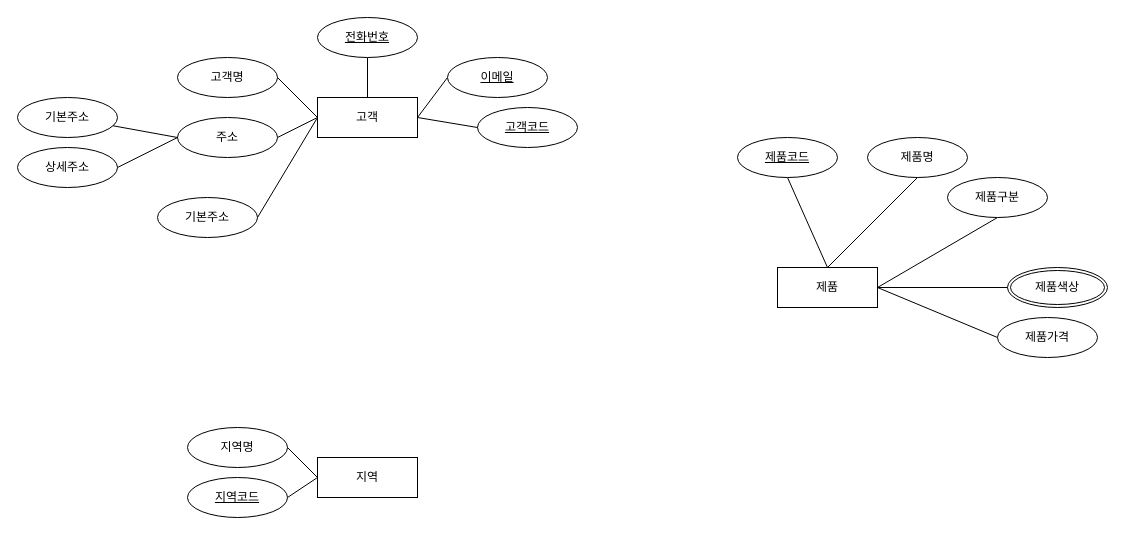
Above: 제목 없는 다이어그램.drawio in eric5621/jubilant-couscous (draw.io), before the change. Source tidied: cells renumbered, new cells numbered last; positions are measured from the earlier drawing's top-left corner, leaving out a move shared by most shapes. Both pictures are drawn from the tidied source at 100%, with x=0, y=0 at pixel (17, 17).
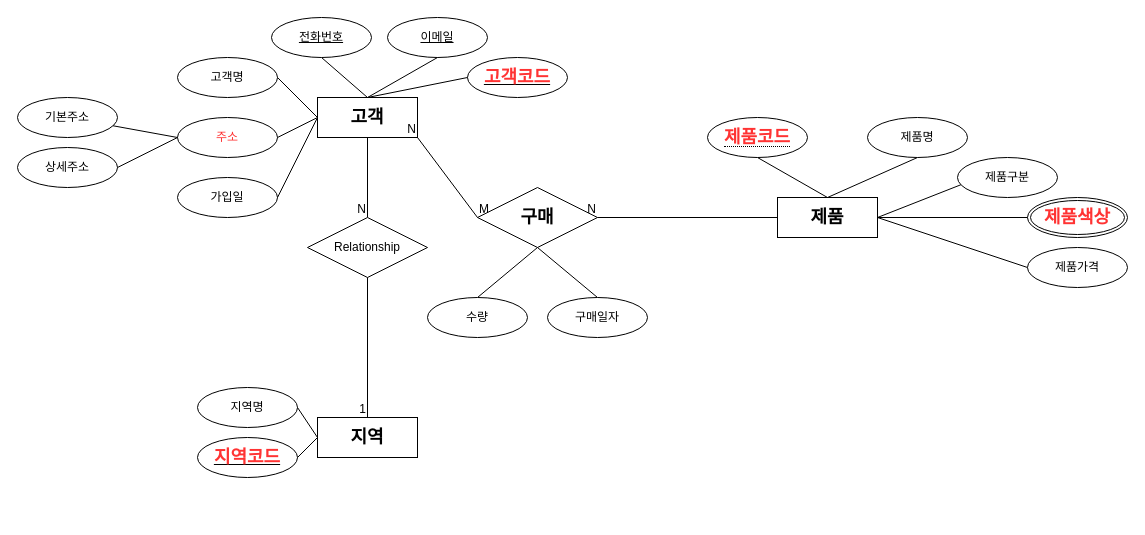
Above is the later version.

Commit message (it also covers changes not shown here):
제목 없는 다이어그램.drawio 업데이트

What changed in the source:
```diff
@@
-    <mxCell id="2" value="고객" style="whiteSpace=wrap;html=1;align=center;" parent="1" vertex="1">
+    <mxCell id="2" value="&lt;font style=&quot;font-size: 18px;&quot;&gt;&lt;b&gt;고객&lt;/b&gt;&lt;/font&gt;" style="whiteSpace=wrap;html=1;align=center;" parent="1" vertex="1">
       <mxGeometry x="300" y="80" width="100" height="40" as="geometry" />
     </mxCell>
@@
-    <mxCell id="5" style="endArrow=none;html=1;rounded=0;entryX=0.5;entryY=1;entryDx=0;entryDy=0;" parent="1" edge="1" source="2">
-      <mxGeometry relative="1" as="geometry">
-        <mxPoint x="350" y="40" as="targetPoint" />
-      </mxGeometry>
+    <mxCell id="5" style="endArrow=none;html=1;rounded=0;entryX=0.5;entryY=1;entryDx=0;entryDy=0;exitX=0.5;exitY=0;exitDx=0;exitDy=0;" parent="1" edge="1" source="2" target="6">
+      <mxGeometry relative="1" as="geometry" />
     </mxCell>
     <mxCell id="6" value="전화번호" style="ellipse;whiteSpace=wrap;html=1;align=center;fontStyle=4;" parent="1" vertex="1">
-      <mxGeometry x="300" width="100" height="40" as="geometry" />
+      <mxGeometry x="254" width="100" height="40" as="geometry" />
     </mxCell>
-    <mxCell id="7" style="endArrow=none;html=1;rounded=0;exitX=1;exitY=0.5;exitDx=0;exitDy=0;entryX=0;entryY=0.5;entryDx=0;entryDy=0;" parent="1" edge="1" source="2">
-      <mxGeometry relative="1" as="geometry">
-        <mxPoint x="430" y="60" as="targetPoint" />
-      </mxGeometry>
-    </mxCell>
     <mxCell id="8" value="이메일" style="ellipse;whiteSpace=wrap;html=1;align=center;fontStyle=4;" parent="1" vertex="1">
-      <mxGeometry x="430" y="40" width="100" height="40" as="geometry" />
+      <mxGeometry x="370" width="100" height="40" as="geometry" />
     </mxCell>
-    <mxCell id="9" value="고객코드" style="ellipse;whiteSpace=wrap;html=1;align=center;fontStyle=4;" parent="1" vertex="1">
-      <mxGeometry x="460" y="90" width="100" height="40" as="geometry" />
+    <mxCell id="9" value="&lt;font color=&quot;#ff3333&quot; style=&quot;font-size: 18px;&quot;&gt;&lt;b&gt;고객코드&lt;/b&gt;&lt;/font&gt;" style="ellipse;whiteSpace=wrap;html=1;align=center;fontStyle=4;" parent="1" vertex="1">
+      <mxGeometry x="450" y="40" width="100" height="40" as="geometry" />
     </mxCell>
-    <mxCell id="10" style="endArrow=none;html=1;rounded=0;exitX=1;exitY=0.5;exitDx=0;exitDy=0;entryX=0;entryY=0.5;entryDx=0;entryDy=0;" parent="1" edge="1" source="2" target="9">
-      <mxGeometry relative="1" as="geometry" />
-    </mxCell>
-    <mxCell id="11" value="주소" style="ellipse;whiteSpace=wrap;html=1;align=center;" parent="1" vertex="1">
+    <mxCell id="11" value="&lt;font color=&quot;#ff3333&quot;&gt;주소&lt;/font&gt;" style="ellipse;whiteSpace=wrap;html=1;align=center;" parent="1" vertex="1">
       <mxGeometry x="160" y="100" width="100" height="40" as="geometry" />
     </mxCell>
@@
-    <mxCell id="17" value="기본주소" style="ellipse;whiteSpace=wrap;html=1;align=center;" parent="1" vertex="1">
-      <mxGeometry x="140" y="180" width="100" height="40" as="geometry" />
+    <mxCell id="17" value="가입일" style="ellipse;whiteSpace=wrap;html=1;align=center;" parent="1" vertex="1">
+      <mxGeometry x="160" y="160" width="100" height="40" as="geometry" />
     </mxCell>
@@
-    <mxCell id="19" value="지역" style="whiteSpace=wrap;html=1;align=center;" parent="1" vertex="1">
-      <mxGeometry x="300" y="440" width="100" height="40" as="geometry" />
+    <mxCell id="19" value="&lt;font style=&quot;font-size: 18px;&quot;&gt;&lt;b&gt;지역&lt;/b&gt;&lt;/font&gt;" style="whiteSpace=wrap;html=1;align=center;" parent="1" vertex="1">
+      <mxGeometry x="300" y="400" width="100" height="40" as="geometry" />
     </mxCell>
     <mxCell id="20" value="지역명" style="ellipse;whiteSpace=wrap;html=1;align=center;" parent="1" vertex="1">
-      <mxGeometry x="170" y="410" width="100" height="40" as="geometry" />
+      <mxGeometry x="180" y="370" width="100" height="40" as="geometry" />
     </mxCell>
-    <mxCell id="21" value="지역코드" style="ellipse;whiteSpace=wrap;html=1;align=center;fontStyle=4;" parent="1" vertex="1">
-      <mxGeometry x="170" y="460" width="100" height="40" as="geometry" />
+    <mxCell id="21" value="&lt;font color=&quot;#ff3333&quot; style=&quot;font-size: 18px;&quot;&gt;&lt;b&gt;지역코드&lt;/b&gt;&lt;/font&gt;" style="ellipse;whiteSpace=wrap;html=1;align=center;fontStyle=4;" parent="1" vertex="1">
+      <mxGeometry x="180" y="420" width="100" height="40" as="geometry" />
     </mxCell>
@@
-    <mxCell id="24" value="제품" style="whiteSpace=wrap;html=1;align=center;" parent="1" vertex="1">
-      <mxGeometry x="760" y="250" width="100" height="40" as="geometry" />
+    <mxCell id="24" value="&lt;font style=&quot;font-size: 18px;&quot;&gt;&lt;b&gt;제품&lt;/b&gt;&lt;/font&gt;" style="whiteSpace=wrap;html=1;align=center;" parent="1" vertex="1">
+      <mxGeometry x="760" y="180" width="100" height="40" as="geometry" />
     </mxCell>
-    <mxCell id="25" style="endArrow=none;html=1;rounded=0;entryX=0.5;entryY=0;entryDx=0;entryDy=0;" parent="1" edge="1" target="24">
-      <mxGeometry relative="1" as="geometry">
-        <mxPoint x="770" y="160" as="sourcePoint" />
-      </mxGeometry>
+    <mxCell id="25" style="endArrow=none;html=1;rounded=0;entryX=0.5;entryY=0;entryDx=0;entryDy=0;exitX=0.5;exitY=1;exitDx=0;exitDy=0;" parent="1" edge="1" source="26" target="24">
+      <mxGeometry relative="1" as="geometry" />
     </mxCell>
-    <mxCell id="26" value="제품코드" style="ellipse;whiteSpace=wrap;html=1;align=center;fontStyle=4;" parent="1" vertex="1">
-      <mxGeometry x="720" y="120" width="100" height="40" as="geometry" />
-    </mxCell>
-    <mxCell id="27" style="endArrow=none;html=1;rounded=0;entryX=0.5;entryY=0;entryDx=0;entryDy=0;" parent="1" edge="1" target="24">
-      <mxGeometry relative="1" as="geometry">
-        <mxPoint x="900" y="160" as="sourcePoint" />
-      </mxGeometry>
+    <mxCell id="27" style="endArrow=none;html=1;rounded=0;entryX=0.5;entryY=0;entryDx=0;entryDy=0;exitX=0.5;exitY=1;exitDx=0;exitDy=0;" parent="1" edge="1" source="28" target="24">
+      <mxGeometry relative="1" as="geometry" />
     </mxCell>
     <mxCell id="28" value="제품명" style="ellipse;whiteSpace=wrap;html=1;align=center;" parent="1" vertex="1">
-      <mxGeometry x="850" y="120" width="100" height="40" as="geometry" />
+      <mxGeometry x="850" y="100" width="100" height="40" as="geometry" />
     </mxCell>
-    <mxCell id="29" style="endArrow=none;html=1;rounded=0;exitX=1;exitY=0.5;exitDx=0;exitDy=0;" parent="1" edge="1" source="24">
-      <mxGeometry relative="1" as="geometry">
-        <mxPoint x="980" y="200" as="targetPoint" />
-      </mxGeometry>
+    <mxCell id="29" style="endArrow=none;html=1;rounded=0;exitX=1;exitY=0.5;exitDx=0;exitDy=0;entryX=0.04;entryY=0.675;entryDx=0;entryDy=0;entryPerimeter=0;" parent="1" edge="1" source="24" target="30">
+      <mxGeometry relative="1" as="geometry" />
     </mxCell>
     <mxCell id="30" value="제품구분" style="ellipse;whiteSpace=wrap;html=1;align=center;" parent="1" vertex="1">
-      <mxGeometry x="930" y="160" width="100" height="40" as="geometry" />
+      <mxGeometry x="940" y="140" width="100" height="40" as="geometry" />
     </mxCell>
-    <mxCell id="31" value="제품색상" style="ellipse;shape=doubleEllipse;margin=3;whiteSpace=wrap;html=1;align=center;" parent="1" vertex="1">
-      <mxGeometry x="990" y="250" width="100" height="40" as="geometry" />
+    <mxCell id="31" value="&lt;font color=&quot;#ff3333&quot; style=&quot;font-size: 18px;&quot;&gt;&lt;b&gt;제품색상&lt;/b&gt;&lt;/font&gt;" style="ellipse;shape=doubleEllipse;margin=3;whiteSpace=wrap;html=1;align=center;" parent="1" vertex="1">
+      <mxGeometry x="1010" y="180" width="100" height="40" as="geometry" />
     </mxCell>
@@
-    <mxCell id="33" style="endArrow=none;html=1;rounded=0;exitX=1;exitY=0.5;exitDx=0;exitDy=0;" parent="1" edge="1" source="24">
-      <mxGeometry relative="1" as="geometry">
-        <mxPoint x="980" y="320" as="targetPoint" />
-      </mxGeometry>
+    <mxCell id="33" style="endArrow=none;html=1;rounded=0;exitX=1;exitY=0.5;exitDx=0;exitDy=0;entryX=0;entryY=0.5;entryDx=0;entryDy=0;" parent="1" edge="1" source="24" target="34">
+      <mxGeometry relative="1" as="geometry" />
     </mxCell>
     <mxCell id="34" value="제품가격" style="ellipse;whiteSpace=wrap;html=1;align=center;" parent="1" vertex="1">
-      <mxGeometry x="980" y="300" width="100" height="40" as="geometry" />
+      <mxGeometry x="1010" y="230" width="100" height="40" as="geometry" />
     </mxCell>
+    <mxCell id="35" style="endArrow=none;html=1;rounded=0;entryX=0.5;entryY=0;entryDx=0;entryDy=0;exitX=0.5;exitY=1;exitDx=0;exitDy=0;" parent="1" edge="1" source="8" target="2">
+      <mxGeometry relative="1" as="geometry" />
+    </mxCell>
+    <mxCell id="36" style="endArrow=none;html=1;rounded=0;exitX=0;exitY=0.5;exitDx=0;exitDy=0;" parent="1" edge="1" source="9">
+      <mxGeometry relative="1" as="geometry">
+        <mxPoint x="350" y="80" as="targetPoint" />
+      </mxGeometry>
+    </mxCell>
+    <mxCell id="37" style="endArrow=none;html=1;rounded=0;exitX=0.5;exitY=1;exitDx=0;exitDy=0;" parent="1" edge="1" source="2">
+      <mxGeometry relative="1" as="geometry">
+        <mxPoint x="350" y="200" as="targetPoint" />
+      </mxGeometry>
+    </mxCell>
+    <mxCell id="38" value="N" style="html=1;whiteSpace=wrap;align=right;verticalAlign=bottom;" parent="37" vertex="1">
+      <mxGeometry x="1" relative="1" as="geometry" />
+    </mxCell>
+    <mxCell id="39" value="Relationship" style="shape=rhombus;perimeter=rhombusPerimeter;whiteSpace=wrap;html=1;align=center;" parent="1" vertex="1">
+      <mxGeometry x="290" y="200" width="120" height="60" as="geometry" />
+    </mxCell>
+    <mxCell id="40" style="endArrow=none;html=1;rounded=0;entryX=0.5;entryY=0;entryDx=0;entryDy=0;exitX=0.5;exitY=1;exitDx=0;exitDy=0;" parent="1" edge="1" source="39" target="19">
+      <mxGeometry relative="1" as="geometry" />
+    </mxCell>
+    <mxCell id="41" value="1" style="html=1;whiteSpace=wrap;align=right;verticalAlign=bottom;" parent="40" vertex="1">
+      <mxGeometry x="1" relative="1" as="geometry" />
+    </mxCell>
+    <mxCell id="42" value="&lt;font style=&quot;font-size: 18px;&quot;&gt;&lt;b&gt;구매&lt;/b&gt;&lt;/font&gt;" style="shape=rhombus;perimeter=rhombusPerimeter;whiteSpace=wrap;html=1;align=center;" parent="1" vertex="1">
+      <mxGeometry x="460" y="170" width="120" height="60" as="geometry" />
+    </mxCell>
+    <mxCell id="43" style="endArrow=none;html=1;rounded=0;entryX=1;entryY=1;entryDx=0;entryDy=0;exitX=0;exitY=0.5;exitDx=0;exitDy=0;" parent="1" edge="1" source="42" target="2">
+      <mxGeometry relative="1" as="geometry" />
+    </mxCell>
+    <mxCell id="44" value="M" style="html=1;whiteSpace=wrap;align=left;verticalAlign=bottom;" parent="43" vertex="1">
+      <mxGeometry x="-1" relative="1" as="geometry" />
+    </mxCell>
+    <mxCell id="45" value="N" style="html=1;whiteSpace=wrap;align=right;verticalAlign=bottom;" parent="43" vertex="1">
+      <mxGeometry x="1" relative="1" as="geometry" />
+    </mxCell>
+    <mxCell id="46" style="endArrow=none;html=1;rounded=0;exitX=0.5;exitY=1;exitDx=0;exitDy=0;" parent="1" edge="1" source="42">
+      <mxGeometry relative="1" as="geometry">
+        <mxPoint x="460" y="280" as="targetPoint" />
+      </mxGeometry>
+    </mxCell>
+    <mxCell id="47" value="수량" style="ellipse;whiteSpace=wrap;html=1;align=center;" parent="1" vertex="1">
+      <mxGeometry x="410" y="280" width="100" height="40" as="geometry" />
+    </mxCell>
+    <mxCell id="48" style="endArrow=none;html=1;rounded=0;" parent="1" edge="1">
+      <mxGeometry relative="1" as="geometry">
+        <mxPoint x="520" y="230" as="sourcePoint" />
+        <mxPoint x="580" y="280" as="targetPoint" />
+      </mxGeometry>
+    </mxCell>
+    <mxCell id="49" value="구매일자" style="ellipse;whiteSpace=wrap;html=1;align=center;" parent="1" vertex="1">
+      <mxGeometry x="530" y="280" width="100" height="40" as="geometry" />
+    </mxCell>
+    <mxCell id="50" style="endArrow=none;html=1;rounded=0;exitX=0;exitY=0.5;exitDx=0;exitDy=0;entryX=1;entryY=0.5;entryDx=0;entryDy=0;" parent="1" edge="1" source="24" target="42">
+      <mxGeometry relative="1" as="geometry" />
+    </mxCell>
+    <mxCell id="51" value="N" style="html=1;whiteSpace=wrap;align=right;verticalAlign=bottom;" parent="50" vertex="1">
+      <mxGeometry x="1" relative="1" as="geometry" />
+    </mxCell>
+    <mxCell id="26" value="&lt;span style=&quot;border-bottom: 1px dotted&quot;&gt;&lt;font color=&quot;#ff3333&quot; style=&quot;font-size: 18px;&quot;&gt;&lt;b&gt;제품코드&lt;/b&gt;&lt;/font&gt;&lt;/span&gt;" style="ellipse;whiteSpace=wrap;html=1;align=center;" parent="1" vertex="1">
+      <mxGeometry x="690" y="100" width="100" height="40" as="geometry" />
+    </mxCell>
```
